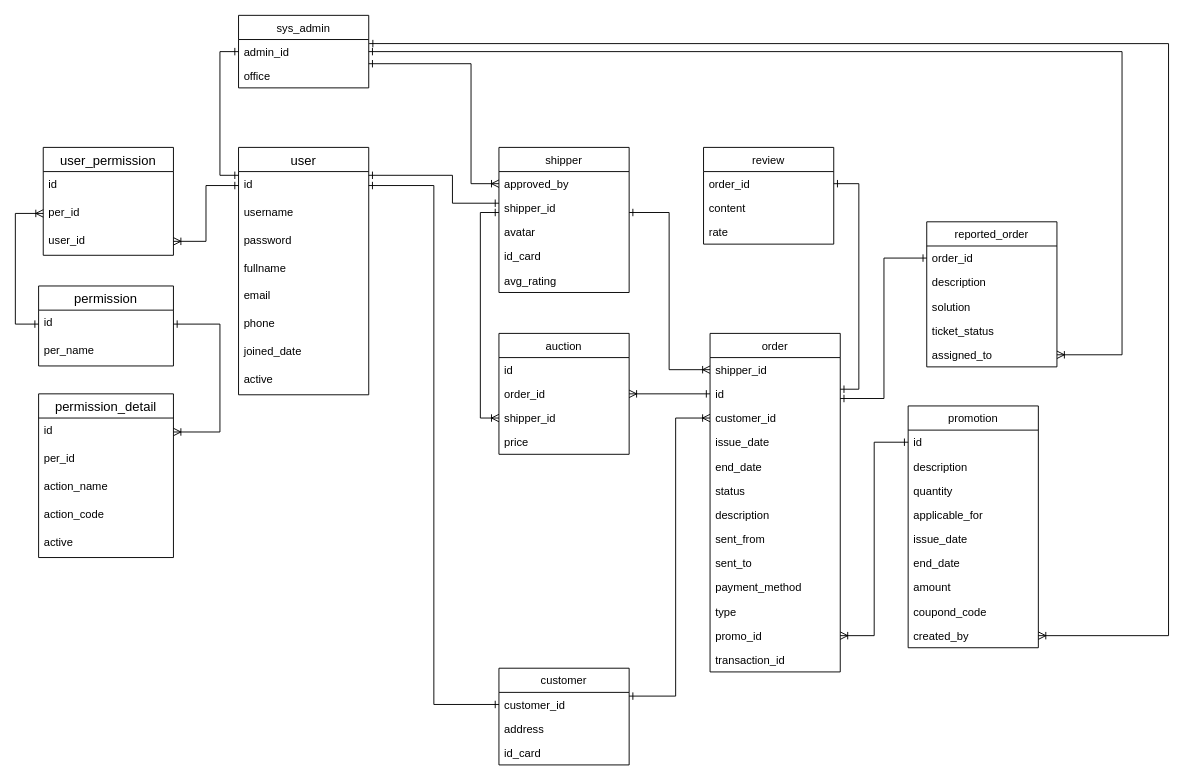
This is page "Database" (2 of 2) of design.drawio from quoctann/spring-delivery-management, a draw.io file, before an edit. Source tidied: cells renumbered, new cells numbered last; positions are measured from the earlier drawing's top-left corner, leaving out a move shared by most shapes. Both pictures are drawn from the tidied source at 93%, with x=0, y=0 at pixel (15, 15).
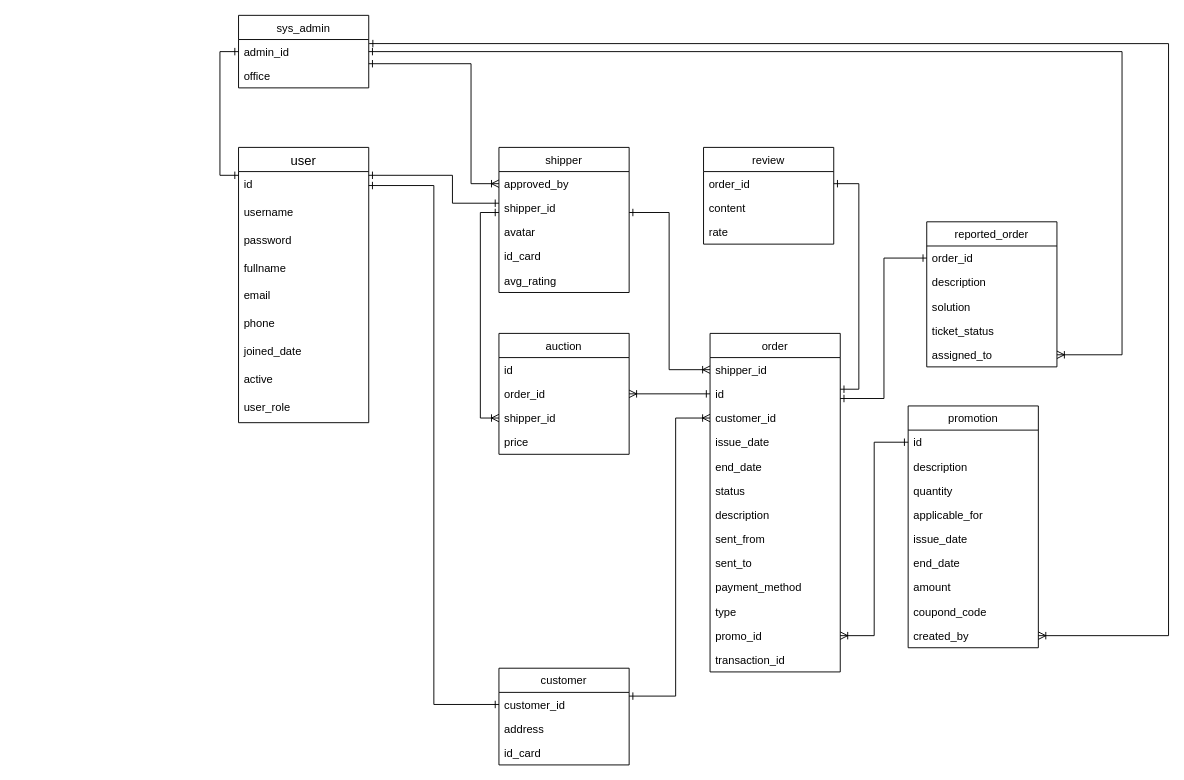
The same diagram, later.

Unchanged cells that the change refers to:
```xml
<mxCell id="3" value="id" style="text;strokeColor=none;fillColor=none;spacingLeft=4;spacingRight=4;overflow=hidden;points=[[0,0.5],[1,0.5]];portConstraint=eastwest;fontSize=12;" parent="2" vertex="1">
  <mxGeometry y="26" width="140" height="30" as="geometry" />
</mxCell>
```

Change to the diagram source:
```diff
@@
     <mxCell id="2" value="user" style="swimlane;fontStyle=0;horizontal=1;startSize=26;align=center;fontSize=14;" parent="1" vertex="1">
-      <mxGeometry x="240" y="142" width="140" height="266" as="geometry" />
+      <mxGeometry x="240" y="142" width="140" height="296" as="geometry" />
     </mxCell>
@@
-    <mxCell id="11" value="permission" style="swimlane;fontStyle=0;horizontal=1;startSize=26;align=center;fontSize=14;" parent="1" vertex="1">
-      <mxGeometry x="25" y="291" width="145" height="86" as="geometry" />
-    </mxCell>
-    <mxCell id="12" value="id" style="text;strokeColor=none;fillColor=none;spacingLeft=4;spacingRight=4;overflow=hidden;points=[[0,0.5],[1,0.5]];portConstraint=eastwest;fontSize=12;" parent="11" vertex="1">
-      <mxGeometry y="26" width="145" height="30" as="geometry" />
-    </mxCell>
-    <mxCell id="13" value="per_name" style="text;strokeColor=none;fillColor=none;spacingLeft=4;spacingRight=4;overflow=hidden;fontSize=12;" parent="11" vertex="1">
-      <mxGeometry y="56" width="145" height="30" as="geometry" />
-    </mxCell>
-    <mxCell id="14" value="permission_detail" style="swimlane;fontStyle=0;horizontal=1;startSize=26;align=center;fontSize=14;" parent="1" vertex="1">
-      <mxGeometry x="25" y="407" width="145" height="176" as="geometry" />
-    </mxCell>
-    <mxCell id="15" value="id" style="text;strokeColor=none;fillColor=none;spacingLeft=4;spacingRight=4;overflow=hidden;points=[[0,0.5],[1,0.5]];portConstraint=eastwest;fontSize=12;" parent="14" vertex="1">
-      <mxGeometry y="26" width="145" height="30" as="geometry" />
-    </mxCell>
-    <mxCell id="16" value="per_id" style="text;strokeColor=none;fillColor=none;spacingLeft=4;spacingRight=4;overflow=hidden;fontSize=12;" parent="14" vertex="1">
-      <mxGeometry y="56" width="145" height="30" as="geometry" />
-    </mxCell>
-    <mxCell id="17" value="action_name" style="text;strokeColor=none;fillColor=none;spacingLeft=4;spacingRight=4;overflow=hidden;fontSize=12;" parent="14" vertex="1">
-      <mxGeometry y="86" width="145" height="30" as="geometry" />
-    </mxCell>
-    <mxCell id="18" value="action_code" style="text;strokeColor=none;fillColor=none;spacingLeft=4;spacingRight=4;overflow=hidden;fontSize=12;" parent="14" vertex="1">
-      <mxGeometry y="116" width="145" height="30" as="geometry" />
-    </mxCell>
-    <mxCell id="19" value="active" style="text;strokeColor=none;fillColor=none;spacingLeft=4;spacingRight=4;overflow=hidden;fontSize=12;" parent="14" vertex="1">
-      <mxGeometry y="146" width="145" height="30" as="geometry" />
-    </mxCell>
-    <mxCell id="20" value="user_permission" style="swimlane;fontStyle=0;horizontal=1;startSize=26;align=center;fontSize=14;rounded=0;swimlaneLine=1;" parent="1" vertex="1">
-      <mxGeometry x="30" y="142" width="140" height="116" as="geometry" />
-    </mxCell>
-    <mxCell id="21" value="id" style="text;strokeColor=none;fillColor=none;spacingLeft=4;spacingRight=4;overflow=hidden;fontSize=12;" parent="20" vertex="1">
-      <mxGeometry y="26" width="140" height="30" as="geometry" />
-    </mxCell>
-    <mxCell id="22" value="per_id" style="text;strokeColor=none;fillColor=none;spacingLeft=4;spacingRight=4;overflow=hidden;points=[[0,0.5],[1,0.5]];portConstraint=eastwest;fontSize=12;" parent="20" vertex="1">
-      <mxGeometry y="56" width="140" height="30" as="geometry" />
-    </mxCell>
-    <mxCell id="23" value="user_id" style="text;strokeColor=none;fillColor=none;spacingLeft=4;spacingRight=4;overflow=hidden;points=[[0,0.5],[1,0.5]];portConstraint=eastwest;fontSize=12;" parent="20" vertex="1">
-      <mxGeometry y="86" width="140" height="30" as="geometry" />
-    </mxCell>
-    <mxCell id="24" style="edgeStyle=orthogonalEdgeStyle;rounded=0;jettySize=auto;html=1;endArrow=ERoneToMany;endFill=0;startArrow=ERone;startFill=0;" parent="1" edge="1" source="3" target="23">
-      <mxGeometry relative="1" as="geometry" />
-    </mxCell>
-    <mxCell id="25" style="edgeStyle=orthogonalEdgeStyle;rounded=0;jettySize=auto;html=1;startArrow=ERone;startFill=0;endArrow=ERoneToMany;endFill=0;exitX=0;exitY=0.5;exitDx=0;exitDy=0;" parent="1" edge="1" source="12" target="22">
-      <mxGeometry relative="1" as="geometry">
-        <Array as="points">
-          <mxPoint y="332" />
-          <mxPoint y="213" />
-        </Array>
-      </mxGeometry>
-    </mxCell>
-    <mxCell id="26" style="edgeStyle=orthogonalEdgeStyle;rounded=0;jettySize=auto;html=1;startArrow=ERone;startFill=0;endArrow=ERoneToMany;endFill=0;" parent="1" edge="1" source="12" target="15">
-      <mxGeometry relative="1" as="geometry">
-        <Array as="points">
-          <mxPoint x="220" y="332" />
-          <mxPoint x="220" y="448" />
-        </Array>
-      </mxGeometry>
-    </mxCell>
+    <mxCell id="92" value="user_role" style="text;strokeColor=none;fillColor=none;spacingLeft=4;spacingRight=4;overflow=hidden;fontSize=12;" parent="2" vertex="1">
+      <mxGeometry y="266" width="140" height="30" as="geometry" />
+    </mxCell>
```
